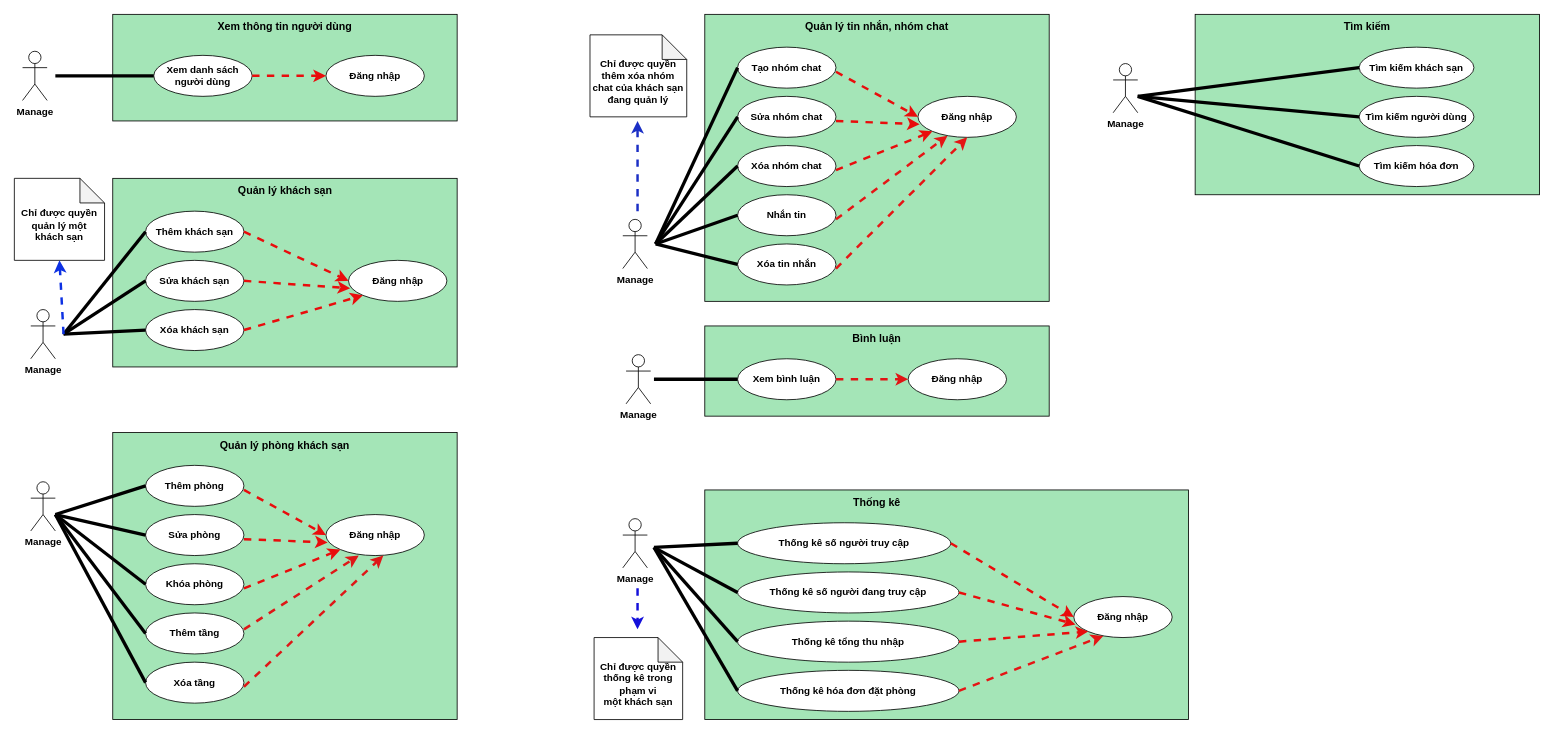
The draw.io diagram page "Manage" (3 of 5) of Bai_Bao_Cao/Biểu đồ/UseCase.drawio in maivanlong74/Hotell-Jade-Dragon, before the edit. Source tidied: cells renumbered, new cells numbered last; positions are measured from the earlier drawing's top-left corner, leaving out a move shared by most shapes. Both pictures are drawn from the tidied source at 82%, with x=0, y=0 at pixel (14, 14).
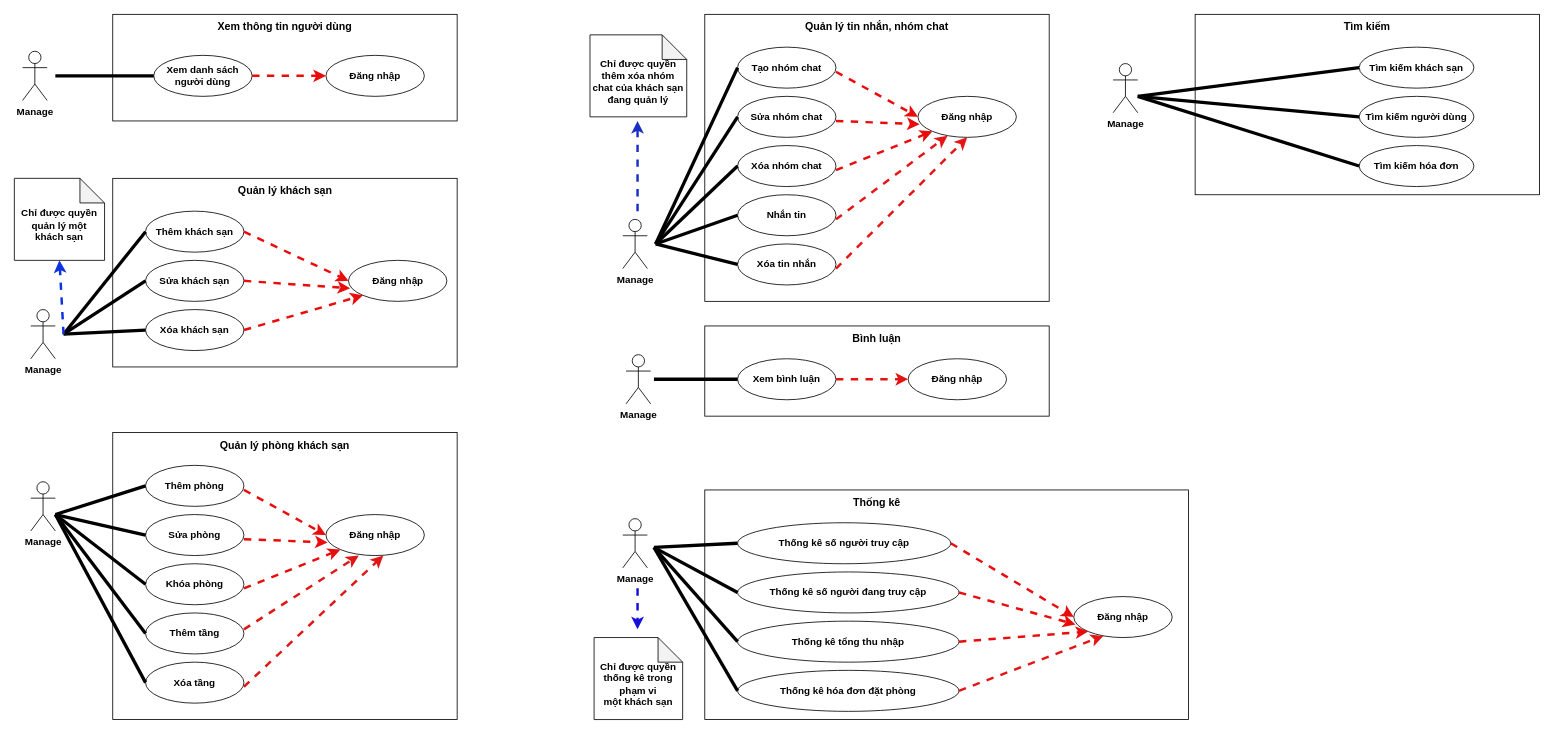
Above is the later version.

The edit, as a diff of the source:
```diff
@@
-    <mxCell id="2" style="rounded=0;whiteSpace=wrap;html=1;fillColor=#A4E5B7;" parent="1" vertex="1">
+    <mxCell id="2" style="rounded=0;whiteSpace=wrap;html=1;" parent="1" vertex="1">
       <mxGeometry x="120" width="420" height="130" as="geometry" />
     </mxCell>
@@
-    <mxCell id="8" style="rounded=0;whiteSpace=wrap;html=1;fillColor=#A4E5B7;" parent="1" vertex="1">
+    <mxCell id="8" style="rounded=0;whiteSpace=wrap;html=1;" parent="1" vertex="1">
       <mxGeometry x="120" y="200" width="420" height="230" as="geometry" />
     </mxCell>
@@
-    <mxCell id="21" style="rounded=0;whiteSpace=wrap;html=1;fillColor=#A4E5B7;" parent="1" vertex="1">
+    <mxCell id="21" style="rounded=0;whiteSpace=wrap;html=1;" parent="1" vertex="1">
       <mxGeometry x="120" y="510" width="420" height="350" as="geometry" />
     </mxCell>
@@
-    <mxCell id="41" style="rounded=0;whiteSpace=wrap;html=1;fillColor=#A4E5B7;" parent="1" vertex="1">
+    <mxCell id="41" style="rounded=0;whiteSpace=wrap;html=1;" parent="1" vertex="1">
       <mxGeometry x="842" width="420" height="350" as="geometry" />
     </mxCell>
@@
-    <mxCell id="60" style="rounded=0;whiteSpace=wrap;html=1;fillColor=#A4E5B7;" parent="1" vertex="1">
+    <mxCell id="60" style="rounded=0;whiteSpace=wrap;html=1;" parent="1" vertex="1">
       <mxGeometry x="842" y="380" width="420" height="110" as="geometry" />
     </mxCell>
@@
-    <mxCell id="65" style="rounded=0;whiteSpace=wrap;html=1;fillColor=#A4E5B7;" parent="1" vertex="1">
+    <mxCell id="65" style="rounded=0;whiteSpace=wrap;html=1;" parent="1" vertex="1">
       <mxGeometry x="842" y="580" width="590" height="280" as="geometry" />
     </mxCell>
@@
-    <mxCell id="90" style="rounded=0;whiteSpace=wrap;html=1;fillColor=#A4E5B7;" parent="1" vertex="1">
+    <mxCell id="90" style="rounded=0;whiteSpace=wrap;html=1;" parent="1" vertex="1">
       <mxGeometry x="1440" width="420" height="220" as="geometry" />
     </mxCell>
```
